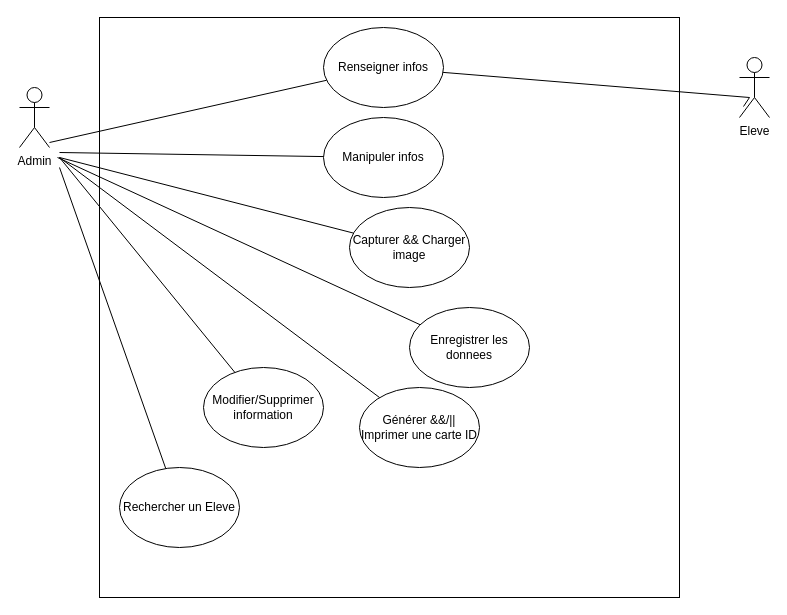
Earlier version of the draw.io diagram Diagramme sans nom.drawio (djibzo/gitgit). Source tidied: cells renumbered, new cells numbered last; positions are measured from the earlier drawing's top-left corner, leaving out a move shared by most shapes. Both pictures are drawn from the tidied source at 100%, with x=0, y=0 at pixel (19, 17).
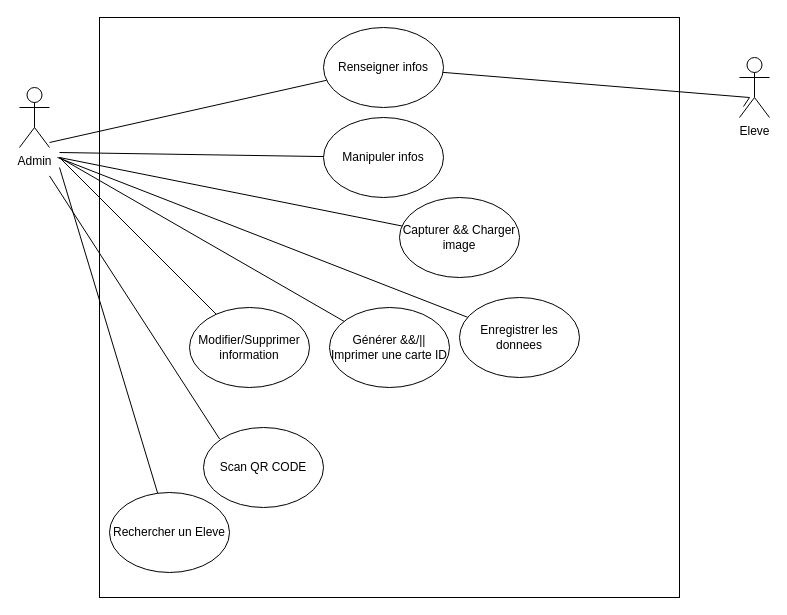
Above is the later version.

Commit message:
Mettre à jour Diagramme sans nom.drawio

Change to the diagram source:
```diff
@@
     <mxCell id="10" value="Capturer &amp;amp;&amp;amp; Charger image" style="ellipse;whiteSpace=wrap;html=1;" parent="1" vertex="1">
-      <mxGeometry x="330" y="190" width="120" height="80" as="geometry" />
+      <mxGeometry x="380" y="180" width="120" height="80" as="geometry" />
     </mxCell>
@@
     <mxCell id="13" value="Enregistrer les donnees" style="ellipse;whiteSpace=wrap;html=1;" parent="1" vertex="1">
-      <mxGeometry x="390" y="290" width="120" height="80" as="geometry" />
+      <mxGeometry x="440" y="280" width="120" height="80" as="geometry" />
     </mxCell>
     <mxCell id="14" value="Générer &amp;amp;&amp;amp;/|| Imprimer une carte ID" style="ellipse;whiteSpace=wrap;html=1;" parent="1" vertex="1">
-      <mxGeometry x="340" y="370" width="120" height="80" as="geometry" />
+      <mxGeometry x="310" y="290" width="120" height="80" as="geometry" />
     </mxCell>
@@
     <mxCell id="16" value="Rechercher un Eleve" style="ellipse;whiteSpace=wrap;html=1;" parent="1" vertex="1">
-      <mxGeometry x="100" y="450" width="120" height="80" as="geometry" />
+      <mxGeometry x="90" y="475" width="120" height="80" as="geometry" />
     </mxCell>
@@
     <mxCell id="18" value="Modifier/Supprimer information" style="ellipse;whiteSpace=wrap;html=1;" parent="1" vertex="1">
-      <mxGeometry x="184" y="350" width="120" height="80" as="geometry" />
+      <mxGeometry x="170" y="290" width="120" height="80" as="geometry" />
     </mxCell>
@@
+    <mxCell id="20" value="Scan QR CODE" style="ellipse;whiteSpace=wrap;html=1;" parent="1" vertex="1">
+      <mxGeometry x="184" y="410" width="120" height="80" as="geometry" />
+    </mxCell>
+    <mxCell id="21" style="endArrow=none;html=1;rounded=0;" parent="1" edge="1">
+      <mxGeometry relative="1" as="geometry">
+        <mxPoint x="30" y="158.4" as="sourcePoint" />
+        <mxPoint x="200.2" y="421.6" as="targetPoint" />
+      </mxGeometry>
+    </mxCell>
```
